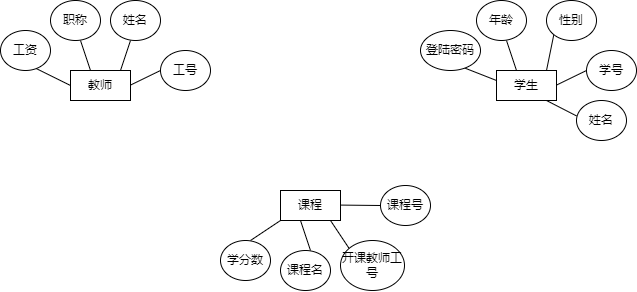
LuckyE1120/junxingshi keeps this draw.io diagram as studentManageSystem.png. Above is the earlier version. Source tidied: cells renumbered, new cells last; positions are measured from the earlier drawing's top-left corner, leaving out a move shared by most shapes.
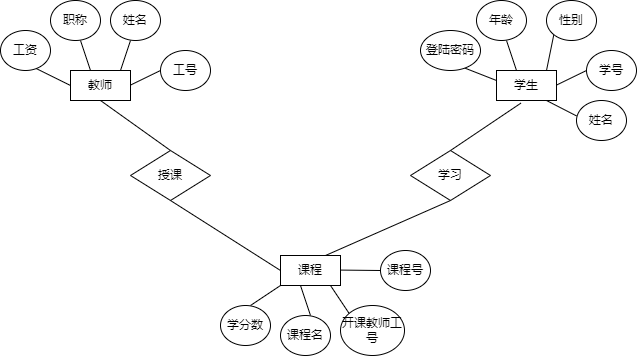
The same diagram one commit later.

Change to the diagram source:
```diff
@@ -85,43 +85,61 @@
       </mxGeometry>
     </mxCell>
     <mxCell id="22" value="课程" style="rounded=0;whiteSpace=wrap;html=1;fontSize=12;" parent="1" vertex="1">
-      <mxGeometry x="280" y="190" width="60" height="30" as="geometry" />
+      <mxGeometry x="280" y="255" width="60" height="30" as="geometry" />
     </mxCell>
     <mxCell id="23" style="endArrow=none;html=1;rounded=0;fontSize=18;" parent="1" edge="1">
       <mxGeometry relative="1" as="geometry">
-        <mxPoint x="340" y="204.6" as="sourcePoint" />
-        <mxPoint x="380" y="205" as="targetPoint" />
+        <mxPoint x="340" y="269.6" as="sourcePoint" />
+        <mxPoint x="380" y="270" as="targetPoint" />
       </mxGeometry>
     </mxCell>
     <mxCell id="24" style="endArrow=none;html=1;rounded=0;fontSize=18;" parent="1" edge="1">
       <mxGeometry relative="1" as="geometry">
-        <mxPoint x="250" y="240" as="sourcePoint" />
-        <mxPoint x="280" y="220" as="targetPoint" />
+        <mxPoint x="250" y="305" as="sourcePoint" />
+        <mxPoint x="280" y="285" as="targetPoint" />
       </mxGeometry>
     </mxCell>
     <mxCell id="25" style="endArrow=none;html=1;rounded=0;fontSize=18;" parent="1" edge="1">
       <mxGeometry relative="1" as="geometry">
-        <mxPoint x="300" y="220" as="sourcePoint" />
-        <mxPoint x="310" y="250" as="targetPoint" />
+        <mxPoint x="300" y="285" as="sourcePoint" />
+        <mxPoint x="310" y="315" as="targetPoint" />
       </mxGeometry>
     </mxCell>
     <mxCell id="26" style="endArrow=none;html=1;rounded=0;fontSize=18;" parent="1" edge="1">
       <mxGeometry relative="1" as="geometry">
-        <mxPoint x="330" y="220" as="sourcePoint" />
-        <mxPoint x="350" y="250" as="targetPoint" />
+        <mxPoint x="330" y="285" as="sourcePoint" />
+        <mxPoint x="350" y="315" as="targetPoint" />
       </mxGeometry>
     </mxCell>
     <mxCell id="27" value="课程号" style="ellipse;whiteSpace=wrap;html=1;fontSize=12;" parent="1" vertex="1">
-      <mxGeometry x="380" y="185" width="50" height="40" as="geometry" />
+      <mxGeometry x="380" y="250" width="50" height="40" as="geometry" />
     </mxCell>
     <mxCell id="28" value="开课教师工号" style="ellipse;whiteSpace=wrap;html=1;fontSize=12;" parent="1" vertex="1">
-      <mxGeometry x="340" y="240" width="64" height="50" as="geometry" />
+      <mxGeometry x="340" y="305" width="64" height="50" as="geometry" />
     </mxCell>
     <mxCell id="29" value="课程名" style="ellipse;whiteSpace=wrap;html=1;fontSize=12;" parent="1" vertex="1">
-      <mxGeometry x="280" y="250" width="50" height="40" as="geometry" />
+      <mxGeometry x="280" y="315" width="50" height="40" as="geometry" />
     </mxCell>
     <mxCell id="30" value="学分数" style="ellipse;whiteSpace=wrap;html=1;fontSize=12;" parent="1" vertex="1">
-      <mxGeometry x="220" y="240" width="50" height="40" as="geometry" />
+      <mxGeometry x="220" y="305" width="50" height="40" as="geometry" />
     </mxCell>
+    <mxCell id="31" value="授课" style="rhombus;whiteSpace=wrap;html=1;fontSize=12;" parent="1" vertex="1">
+      <mxGeometry x="130" y="150" width="80" height="50" as="geometry" />
+    </mxCell>
+    <mxCell id="32" value="学习" style="rhombus;whiteSpace=wrap;html=1;fontSize=12;" parent="1" vertex="1">
+      <mxGeometry x="410" y="150" width="80" height="50" as="geometry" />
+    </mxCell>
+    <mxCell id="33" style="endArrow=none;html=1;rounded=0;fontSize=12;entryX=0.5;entryY=1;entryDx=0;entryDy=0;exitX=0.5;exitY=0;exitDx=0;exitDy=0;" parent="1" edge="1" source="31" target="2">
+      <mxGeometry relative="1" as="geometry" />
+    </mxCell>
+    <mxCell id="34" style="endArrow=none;html=1;rounded=0;fontSize=12;entryX=0.5;entryY=1;entryDx=0;entryDy=0;exitX=0;exitY=0.5;exitDx=0;exitDy=0;" parent="1" edge="1" source="22" target="31">
+      <mxGeometry relative="1" as="geometry" />
+    </mxCell>
+    <mxCell id="35" style="endArrow=none;html=1;rounded=0;fontSize=12;entryX=0.406;entryY=1.089;entryDx=0;entryDy=0;entryPerimeter=0;exitX=0.5;exitY=0;exitDx=0;exitDy=0;" parent="1" edge="1" source="32" target="11">
+      <mxGeometry relative="1" as="geometry" />
+    </mxCell>
+    <mxCell id="36" style="endArrow=none;html=1;rounded=0;fontSize=12;entryX=0.5;entryY=1;entryDx=0;entryDy=0;exitX=0.75;exitY=0;exitDx=0;exitDy=0;" parent="1" edge="1" source="22" target="32">
+      <mxGeometry relative="1" as="geometry" />
+    </mxCell>
   </root>
 </mxGraphModel>
```
